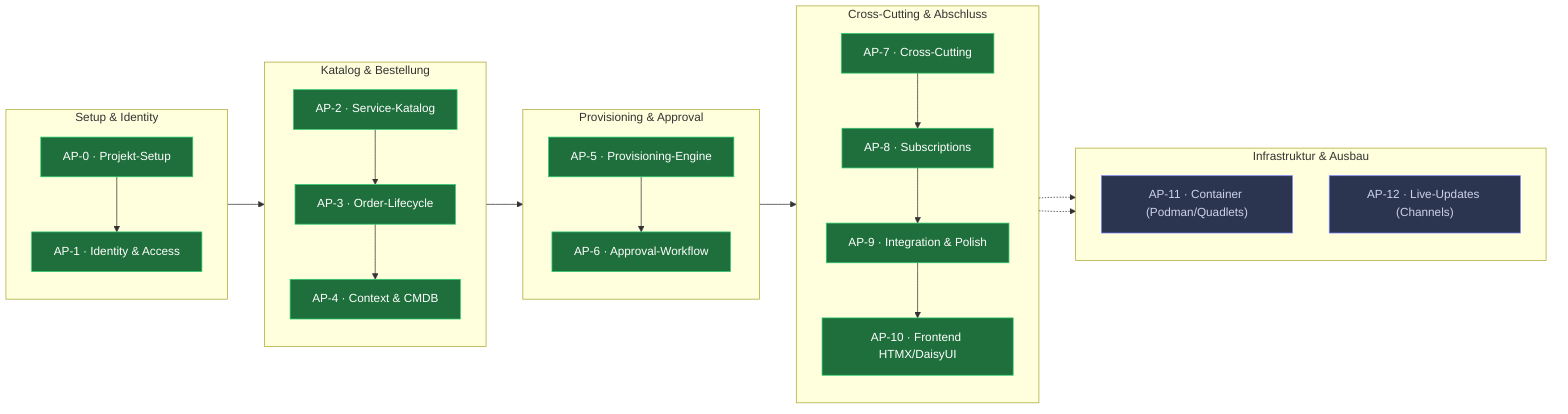
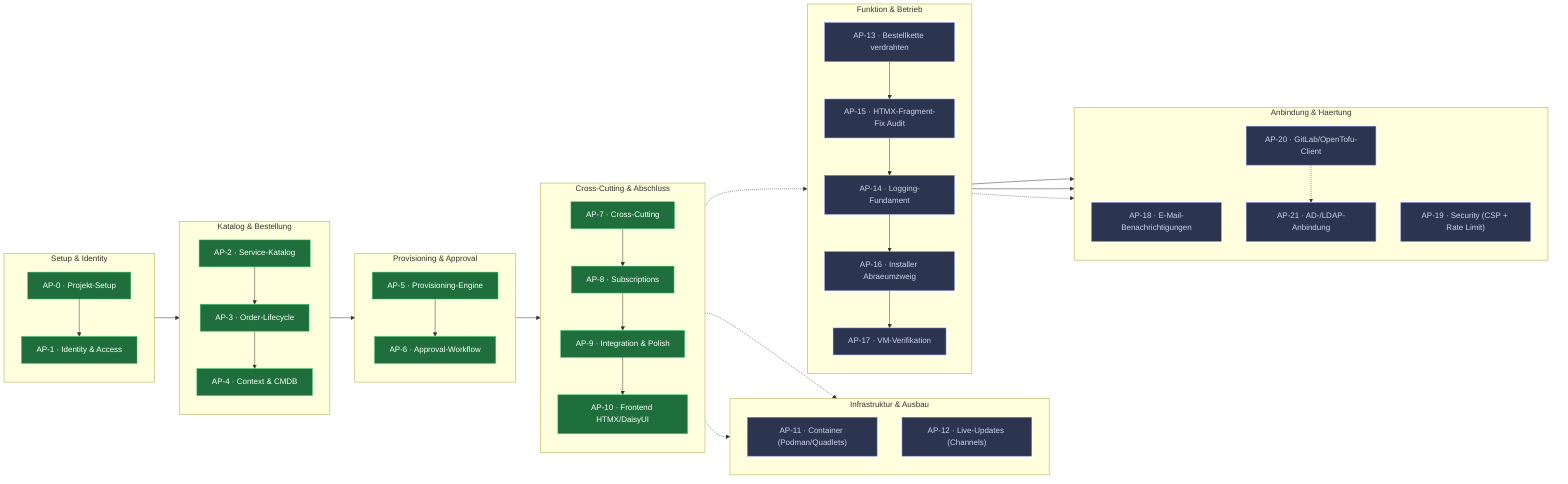
flowchart LR
    classDef done fill:#1f6f3c,stroke:#2ecc71,color:#ffffff;
    classDef wip  fill:#7a5c00,stroke:#f1c40f,color:#ffffff;
    classDef plan fill:#2c3550,stroke:#7c83ff,color:#cdd3e8;

    subgraph SETUP["Setup & Identity"]
        direction TB
        AP0["AP-0 · Projekt-Setup"]:::done
        AP1["AP-1 · Identity & Access"]:::done
    end
    subgraph CORE["Katalog & Bestellung"]
        direction TB
        AP2["AP-2 · Service-Katalog"]:::done
        AP3["AP-3 · Order-Lifecycle"]:::done
        AP4["AP-4 · Context & CMDB"]:::done
    end
    subgraph FLOW["Provisioning & Approval"]
        direction TB
        AP5["AP-5 · Provisioning-Engine"]:::done
        AP6["AP-6 · Approval-Workflow"]:::done
    end
    subgraph CROSS["Cross-Cutting & Abschluss"]
        direction TB
        AP7["AP-7 · Cross-Cutting"]:::done
        AP8["AP-8 · Subscriptions"]:::done
        AP9["AP-9 · Integration & Polish"]:::done
        AP10["AP-10 · Frontend HTMX/DaisyUI"]:::done
    end
    subgraph INFRA["Infrastruktur & Ausbau"]
        direction TB
        AP11["AP-11 · Container (Podman/Quadlets)"]:::plan
        AP12["AP-12 · Live-Updates (Channels)"]:::plan
    end
+     subgraph FIX["Funktion & Betrieb"]
+         direction TB
+         AP13["AP-13 · Bestellkette verdrahten"]:::plan
+         AP15["AP-15 · HTMX-Fragment-Fix Audit"]:::plan
+         AP14["AP-14 · Logging-Fundament"]:::plan
+         AP16["AP-16 · Installer Abraeumzweig"]:::plan
+         AP17["AP-17 · VM-Verifikation"]:::plan
+     end
+     subgraph EXT["Anbindung & Haertung"]
+         direction TB
+         AP18["AP-18 · E-Mail-Benachrichtigungen"]:::plan
+         AP19["AP-19 · Security (CSP + Rate Limit)"]:::plan
+         AP20["AP-20 · GitLab/OpenTofu-Client"]:::plan
+         AP21["AP-21 · AD-/LDAP-Anbindung"]:::plan
+     end

    AP0 --> AP1 --> AP2 --> AP3 --> AP4
    AP4 --> AP5 --> AP6
    AP6 --> AP7 --> AP8 --> AP9 --> AP10
    AP9 -.-> AP11
    AP10 -.-> AP12
+     AP10 -.-> AP13
+     AP13 --> AP15 --> AP14 --> AP16 --> AP17
+     AP13 --> AP18
+     AP13 --> AP20
+     AP17 -.-> AP19
+     AP20 -.-> AP21
